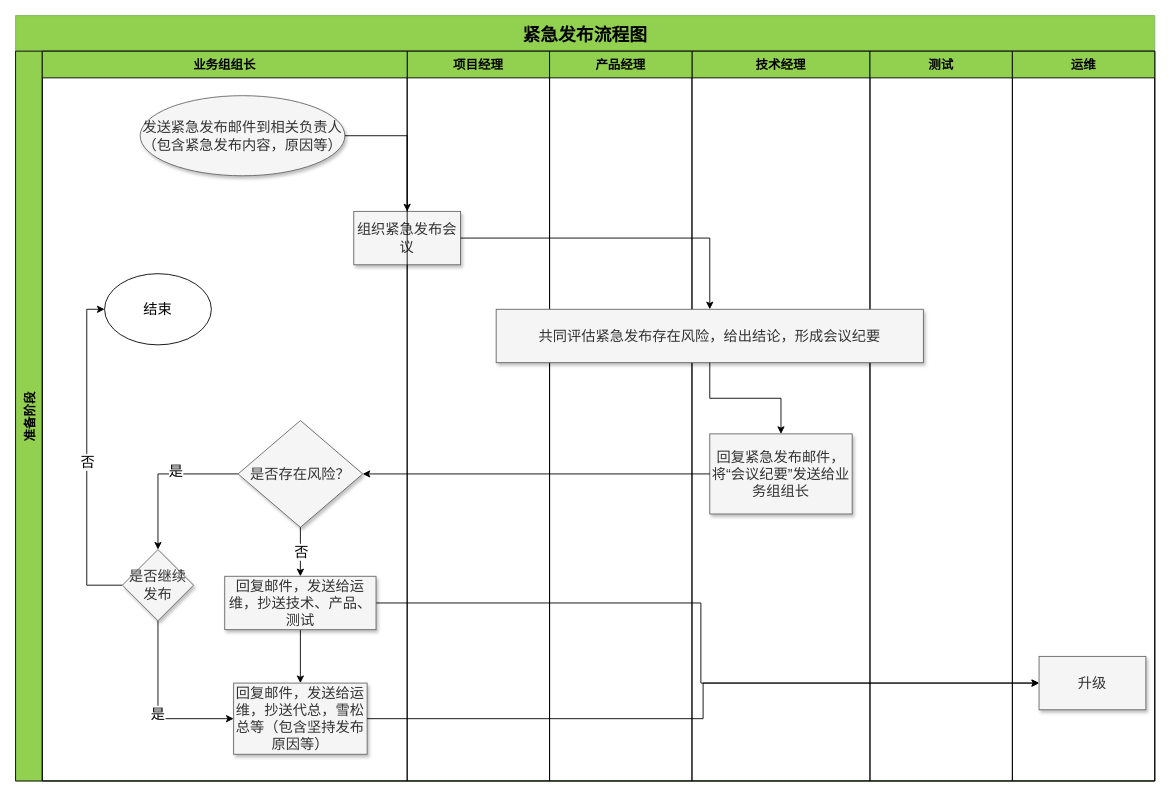
This is 紧急发布流程.drawio from it-coder/diagram, a draw.io file, before an edit. Source tidied: cells renumbered, new cells numbered last; positions are measured from the earlier drawing's top-left corner, leaving out a move shared by most shapes. Both pictures are drawn from the tidied source at 89%, with x=0, y=0 at pixel (15, 15).
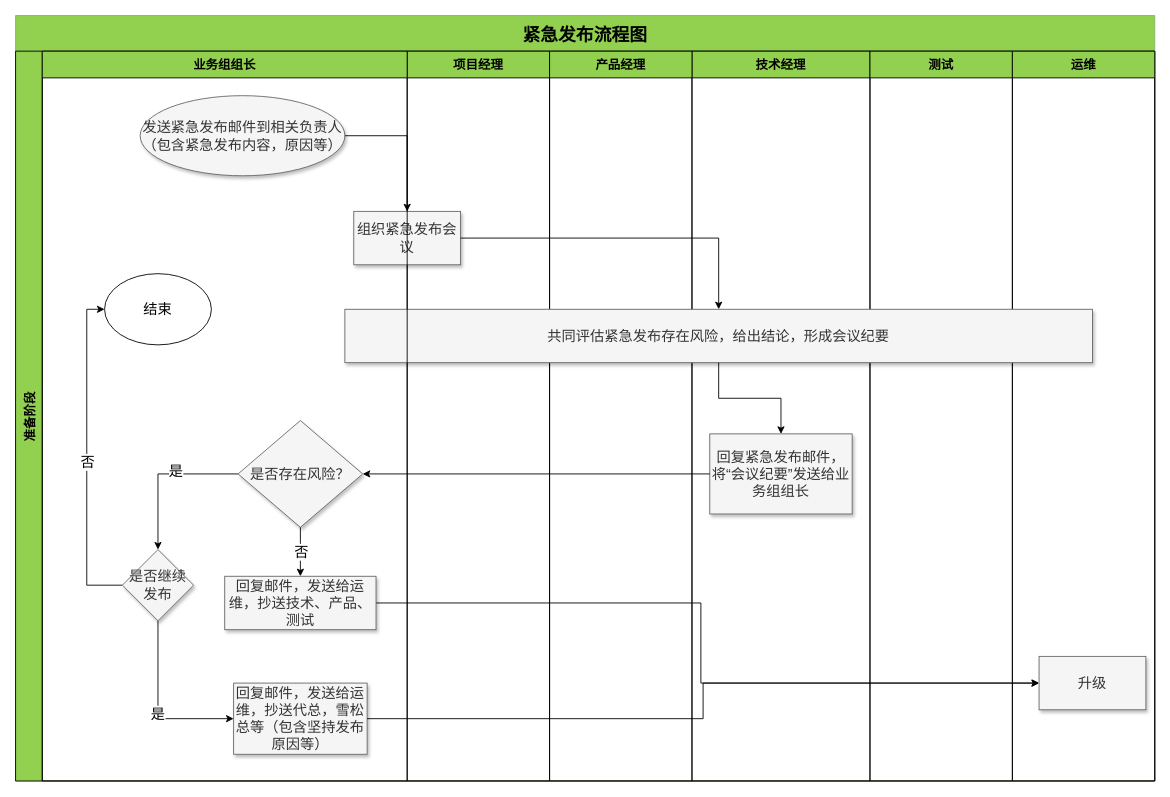
After the change.

Commit message:
更新紧急发布流程.drawio

The change refers to these unchanged cells:
```xml
<mxCell id="3" value="准备阶段" style="swimlane;startSize=30;horizontal=0;fillColor=#92D050;fontSize=14;" parent="2" vertex="1">
  <mxGeometry y="40" width="1280" height="820" as="geometry" />
</mxCell>
<mxCell id="11" value="组织紧急发布会议" style="whiteSpace=wrap;html=1;fillColor=#f5f5f5;strokeColor=#666666;fontColor=#333333;shadow=1;sketch=0;fontSize=16;" parent="10" vertex="1">
  <mxGeometry x="-60" y="180" width="120" height="60" as="geometry" />
</mxCell>
<mxCell id="12" value="产品经理" style="swimlane;fillColor=#92D050;fontSize=14;startSize=30;" parent="3" vertex="1">
  <mxGeometry x="600" width="160" height="820" as="geometry" />
</mxCell>
<mxCell id="14" value="业务组组长" style="swimlane;startSize=30;fillColor=#92D050;fontSize=14;" parent="3" vertex="1">
  <mxGeometry x="30" width="410" height="820" as="geometry" />
</mxCell>
<mxCell id="17" value="回复邮件，发送给运维，抄送技术、产品、测试" style="whiteSpace=wrap;html=1;fontSize=16;fillColor=#f5f5f5;strokeColor=#666666;fontColor=#333333;shadow=1;sketch=0;" parent="14" vertex="1">
  <mxGeometry x="205" y="590" width="170" height="60" as="geometry" />
</mxCell>
<mxCell id="29" value="回复邮件，发送给运维，抄送代总，雪松总等（包含坚持发布原因等）" style="whiteSpace=wrap;html=1;fontSize=16;fillColor=#f5f5f5;strokeColor=#666666;fontColor=#333333;shadow=1;sketch=0;" parent="14" vertex="1">
  <mxGeometry x="215" y="710" width="150" height="80" as="geometry" />
</mxCell>
```

The edit, as a diff of the source:
```diff
@@
     <mxCell id="13" value="共同评估紧急发布存在风险，给出结论，形成会议纪要" style="whiteSpace=wrap;html=1;fontSize=16;fillColor=#f5f5f5;strokeColor=#666666;fontColor=#333333;shadow=1;sketch=0;" parent="12" vertex="1">
-      <mxGeometry x="-60" y="290" width="480" height="60" as="geometry" />
+      <mxGeometry x="-230" y="290" width="840" height="60" as="geometry" />
     </mxCell>
@@
-    <mxCell id="16" style="edgeStyle=orthogonalEdgeStyle;rounded=0;jettySize=auto;html=1;" parent="14" edge="1" source="17" target="29">
-      <mxGeometry relative="1" as="geometry" />
-    </mxCell>
@@
     <mxCell id="31" style="edgeStyle=orthogonalEdgeStyle;rounded=0;jettySize=auto;html=1;" parent="3" edge="1" source="11" target="13">
-      <mxGeometry relative="1" as="geometry" />
+      <mxGeometry relative="1" as="geometry">
+        <Array as="points">
+          <mxPoint x="790" y="210" />
+        </Array>
+      </mxGeometry>
     </mxCell>
```
